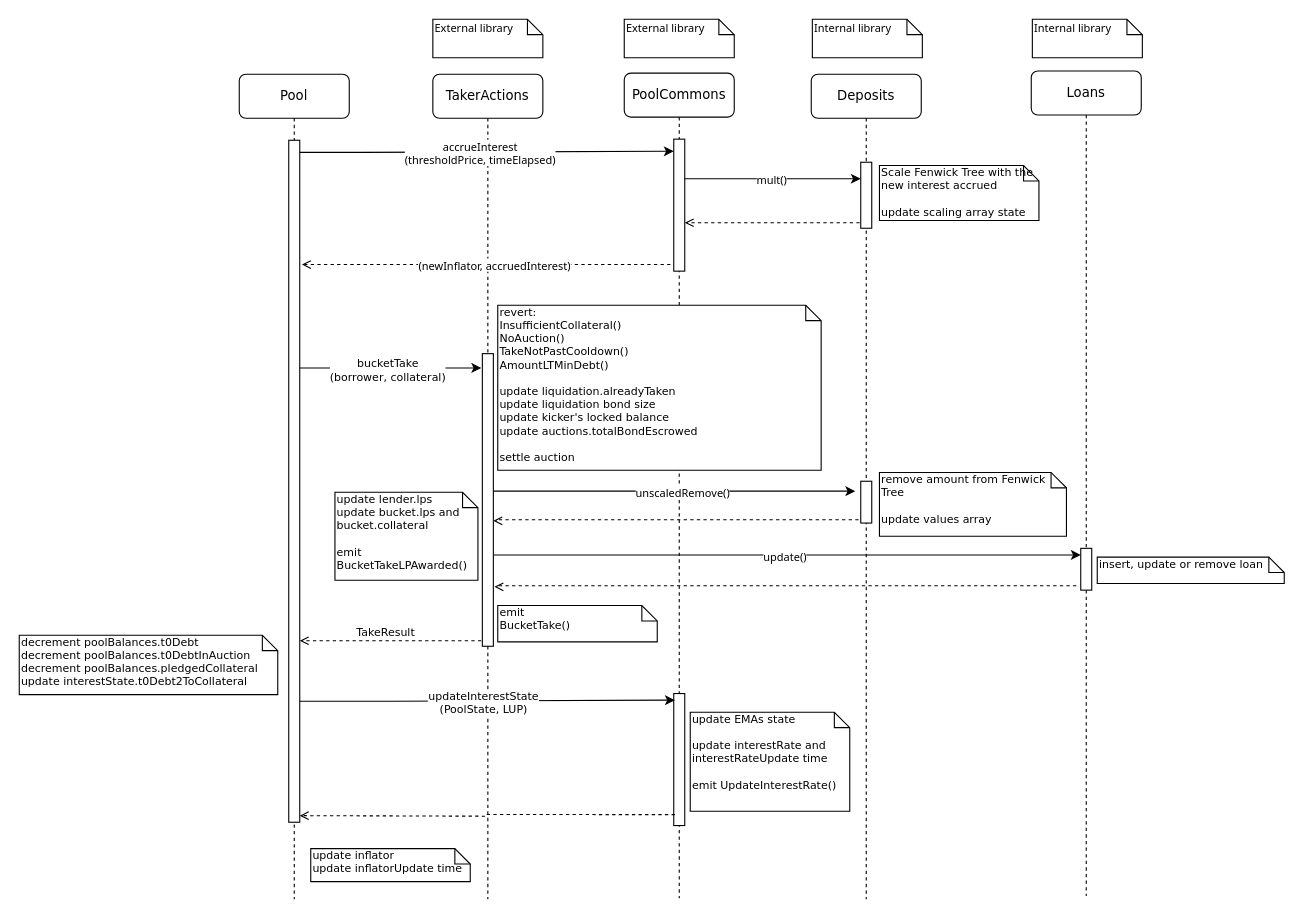
This is docs/drawio/bucketTake.drawio from ajna-finance/ajna-core, a draw.io file, before an edit. Source tidied: cells renumbered, new cells numbered last; positions are measured from the earlier drawing's top-left corner, leaving out a move shared by most shapes. Both pictures are drawn from the tidied source at 110%, with x=0, y=0 at pixel (19, 19).
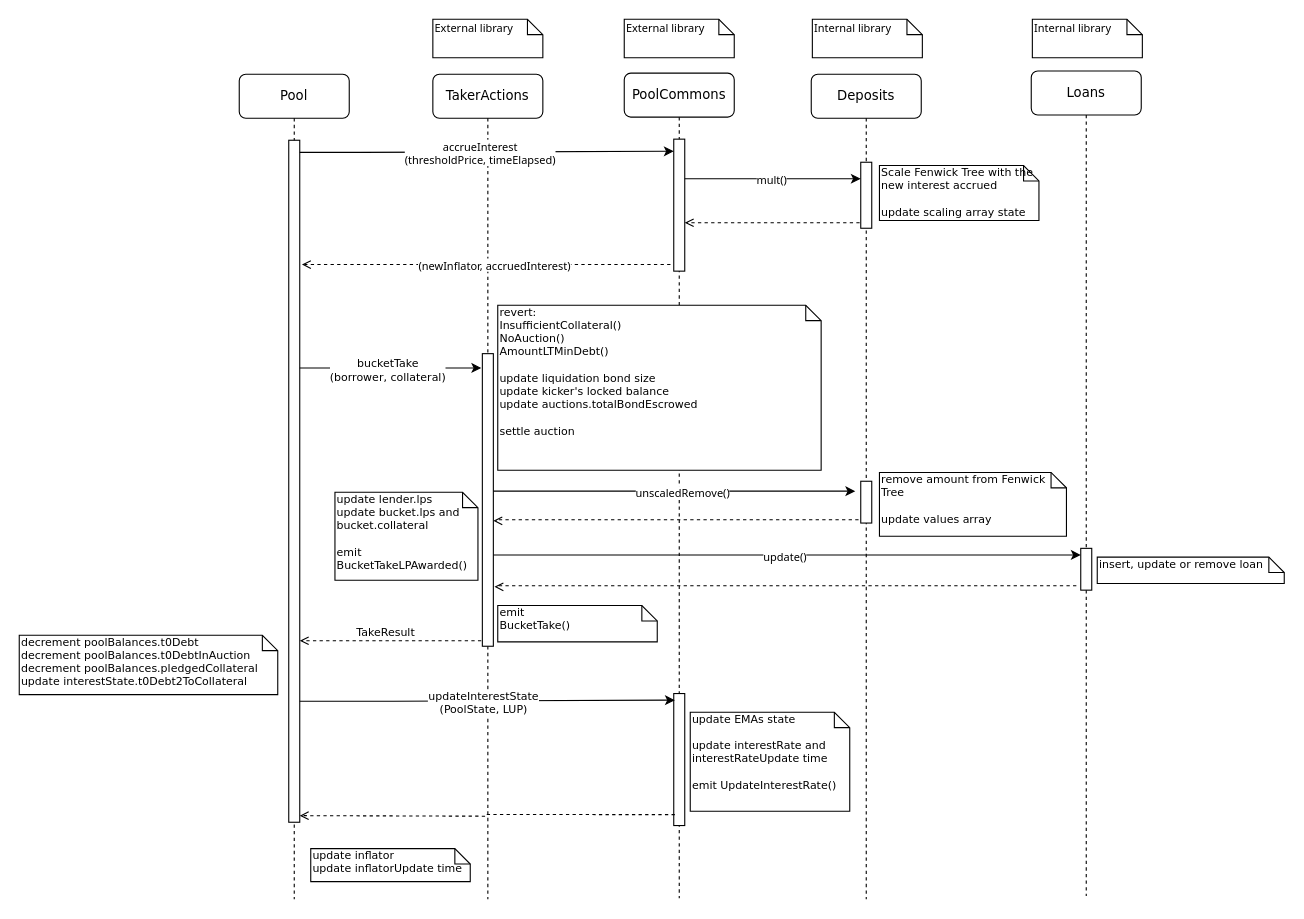
The same page after the edit.

What changed in the source:
```diff
@@
-    <mxCell id="38" value="&lt;div&gt;revert:&lt;/div&gt;InsufficientCollateral()&lt;br&gt;NoAuction()&lt;br&gt;TakeNotPastCooldown()&lt;br&gt;AmountLTMinDebt()&lt;div&gt;&lt;br&gt;&lt;/div&gt;update liquidation.alreadyTaken&lt;br&gt;update liquidation bond size&lt;br&gt;update kicker's locked balance&lt;br&gt;&lt;div&gt;update auctions.totalBondEscrowed&lt;/div&gt;&lt;div&gt;&lt;br&gt;&lt;/div&gt;&lt;div&gt;settle auction&lt;br&gt;&lt;/div&gt;" style="shape=note;whiteSpace=wrap;html=1;size=14;verticalAlign=top;align=left;spacingTop=-6;rounded=0;shadow=0;comic=0;labelBackgroundColor=none;strokeWidth=1;fontFamily=Verdana;fontSize=10;" parent="1" vertex="1">
+    <mxCell id="38" value="&lt;div&gt;revert:&lt;/div&gt;InsufficientCollateral()&lt;br&gt;NoAuction()&lt;br&gt;AmountLTMinDebt()&lt;div&gt;&lt;br&gt;&lt;/div&gt;update liquidation bond size&lt;br&gt;update kicker's locked balance&lt;br&gt;&lt;div&gt;update auctions.totalBondEscrowed&lt;/div&gt;&lt;div&gt;&lt;br&gt;&lt;/div&gt;&lt;div&gt;settle auction&lt;br&gt;&lt;/div&gt;" style="shape=note;whiteSpace=wrap;html=1;size=14;verticalAlign=top;align=left;spacingTop=-6;rounded=0;shadow=0;comic=0;labelBackgroundColor=none;strokeWidth=1;fontFamily=Verdana;fontSize=10;" parent="1" vertex="1">
       <mxGeometry x="435" y="260" width="294" height="150" as="geometry" />
     </mxCell>
```
